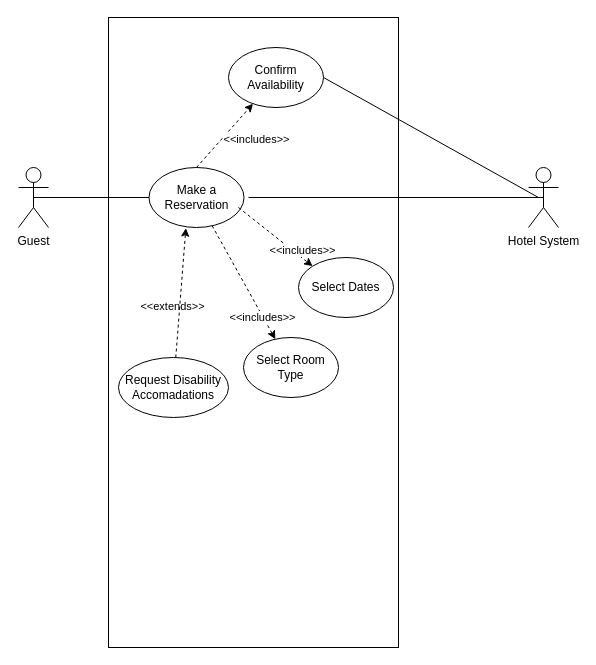
This is Diagrams/UseCase/Reservation.drawio from mclhtay/CS4471, a draw.io file, before an edit. Source tidied: cells renumbered, new cells numbered last; positions are measured from the earlier drawing's top-left corner, leaving out a move shared by most shapes. Both pictures are drawn from the tidied source at 100%, with x=0, y=0 at pixel (18, 17).
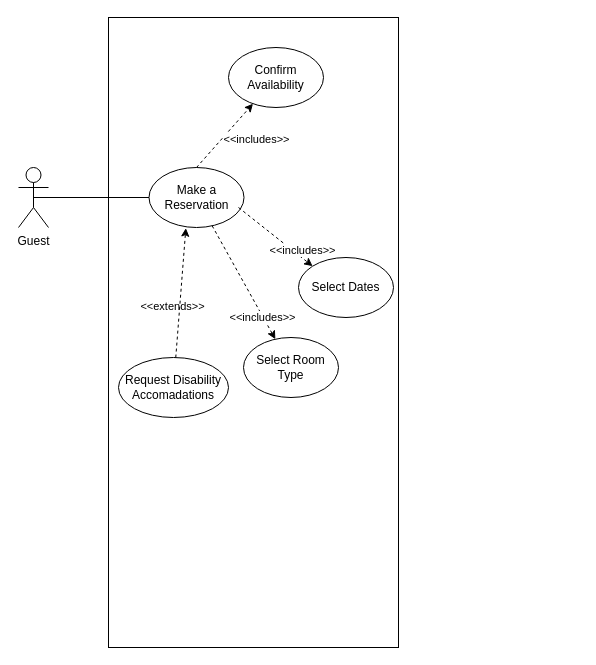
After the change.

Commit message:
removed hotel system from reservation usecase diagram

The change refers to these unchanged cells:
```xml
<mxCell id="7" value="Confirm Availability" style="ellipse;whiteSpace=wrap;html=1;" parent="1" vertex="1">
  <mxGeometry x="210" y="30" width="95" height="60" as="geometry" />
</mxCell>
```

Diff of the diagram source:
```diff
@@
-    <mxCell id="4" value="Hotel System" style="shape=umlActor;verticalLabelPosition=bottom;verticalAlign=top;html=1;outlineConnect=0;" parent="1" vertex="1">
-      <mxGeometry x="510" y="150" width="30" height="60" as="geometry" />
-    </mxCell>
@@
-    <mxCell id="14" style="endArrow=none;html=1;rounded=0;exitX=1;exitY=0.5;exitDx=0;exitDy=0;" parent="1" edge="1" source="7">
-      <mxGeometry relative="1" as="geometry">
-        <mxPoint x="520" y="180" as="targetPoint" />
-      </mxGeometry>
-    </mxCell>
@@
-    <mxCell id="17" style="endArrow=none;html=1;rounded=0;entryX=0.5;entryY=0.5;entryDx=0;entryDy=0;entryPerimeter=0;" parent="1" edge="1" target="4">
-      <mxGeometry relative="1" as="geometry">
-        <mxPoint x="230" y="180" as="sourcePoint" />
-      </mxGeometry>
-    </mxCell>
```
